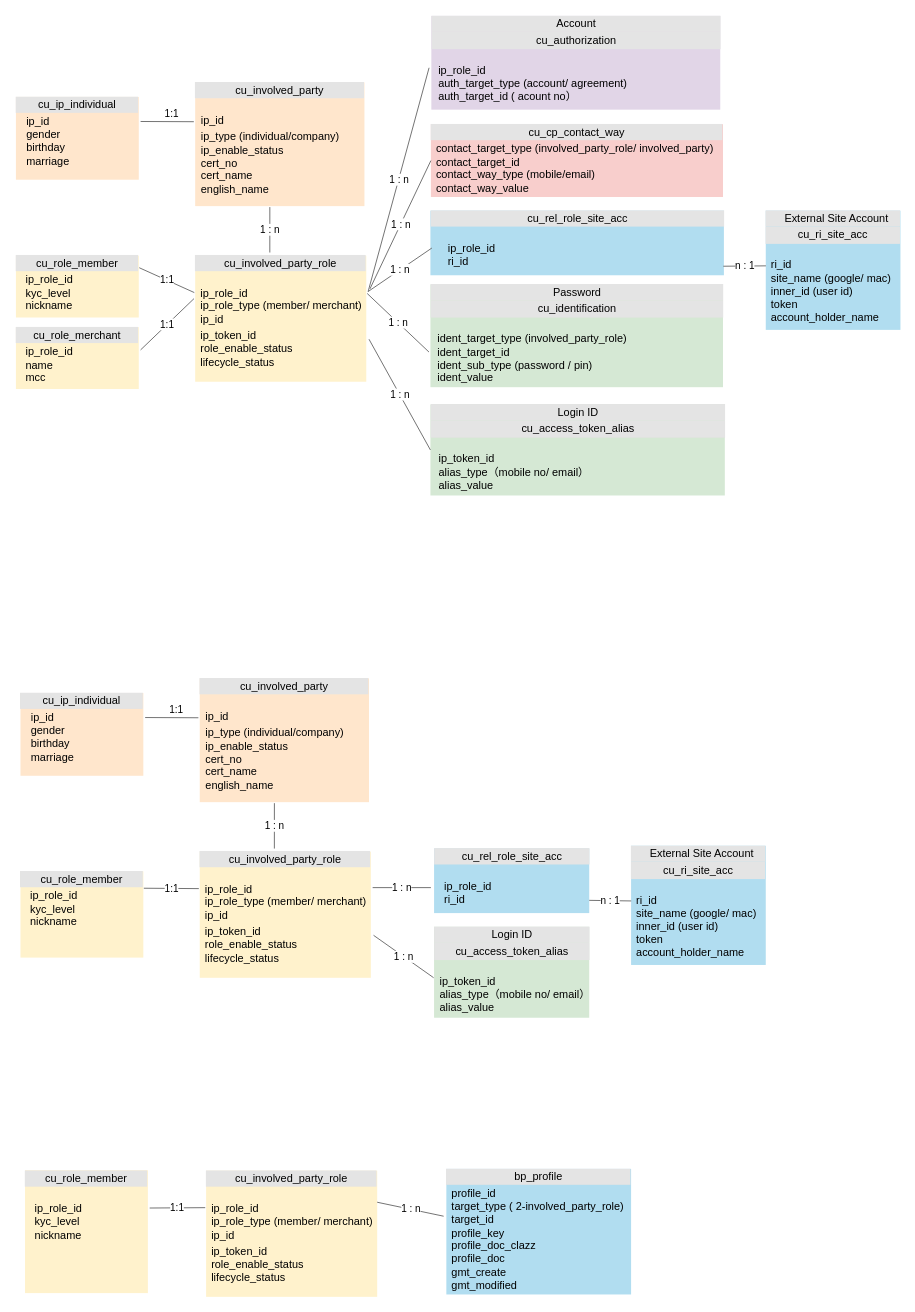
Before: page "账号Model 英文" (10 of 18) of 会员账户.drawio in renqiuming/drawio, a draw.io diagram. Source tidied: cells renumbered, new cells numbered last; positions are measured from the earlier drawing's top-left corner, leaving out a move shared by most shapes. Both pictures are drawn from the tidied source at 91%, with x=0, y=0 at pixel (15, 15).
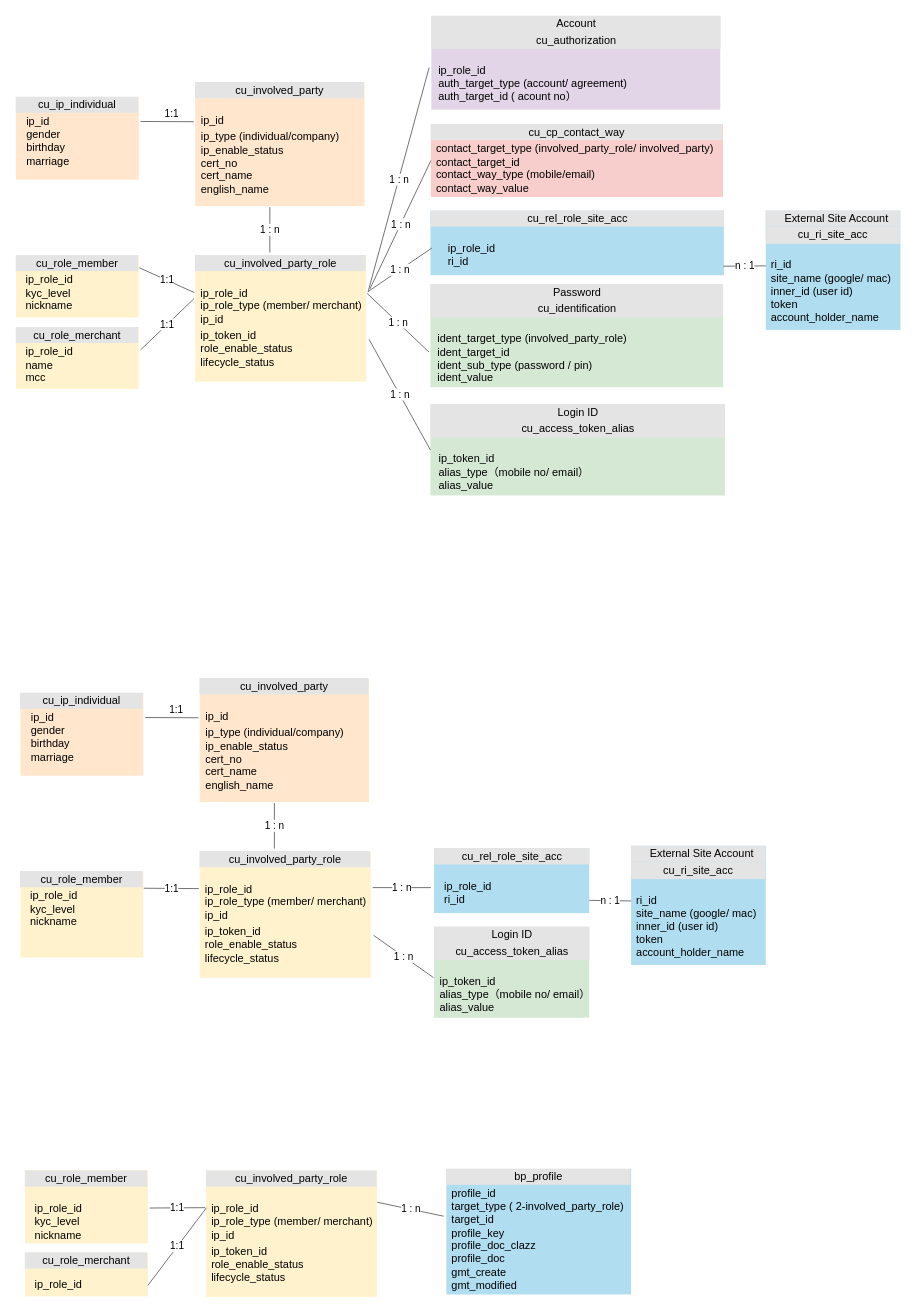
After the change.

Commit message:
更新会员账户.drawio

The change refers to these unchanged cells:
```xml
<mxCell id="36" value="&lt;div style=&quot;box-sizing: border-box ; width: 100% ; background: #e4e4e4 ; padding: 2px&quot;&gt;cu_involved_party_role&lt;br&gt;&lt;/div&gt;&lt;table style=&quot;width: 100% ; font-size: 1em&quot; cellpadding=&quot;2&quot; cellspacing=&quot;0&quot;&gt;&lt;tbody&gt;&lt;tr&gt;&lt;td&gt;&lt;/td&gt;&lt;td&gt;&lt;div style=&quot;text-align: left&quot;&gt;&lt;span style=&quot;font-size: 1em&quot;&gt;&lt;br&gt;&lt;/span&gt;&lt;/div&gt;&lt;div style=&quot;text-align: left&quot;&gt;&lt;span style=&quot;font-size: 1em&quot;&gt;ip_role_id&lt;/span&gt;&lt;/div&gt;&lt;div style=&quot;text-align: left&quot;&gt;ip_role_type (member/ merchant)&lt;span style=&quot;font-size: 1em&quot;&gt;&lt;br&gt;&lt;/span&gt;&lt;/div&gt;&lt;div style=&quot;text-align: left&quot;&gt;&lt;span style=&quot;font-size: 1em&quot;&gt;ip_id&lt;/span&gt;&lt;/div&gt;&lt;/td&gt;&lt;/tr&gt;&lt;tr&gt;&lt;td style=&quot;text-align: left&quot;&gt;&lt;br&gt;&lt;/td&gt;&lt;td style=&quot;text-align: left&quot;&gt;ip_token_id&lt;br&gt;&lt;span style=&quot;font-size: 12px;&quot;&gt;role_enable_status&lt;br&gt;lifecycle_status&lt;/span&gt;&lt;br&gt;&lt;/td&gt;&lt;/tr&gt;&lt;tr&gt;&lt;td&gt;&lt;/td&gt;&lt;td&gt;&lt;br&gt;&lt;/td&gt;&lt;/tr&gt;&lt;/tbody&gt;&lt;/table&gt;" style="verticalAlign=top;align=center;overflow=fill;html=1;fillColor=#fff2cc;strokeColor=none;" parent="1" vertex="1">
  <mxGeometry x="209" y="1269" width="188" height="138.6" as="geometry" />
</mxCell>
```

What changed in the source:
```diff
@@
     <mxCell id="37" value="&lt;div style=&quot;box-sizing: border-box ; width: 100% ; background: #e4e4e4 ; padding: 2px&quot;&gt;cu_role_member&lt;br&gt;&lt;/div&gt;&lt;table style=&quot;width: 100% ; font-size: 1em&quot; cellpadding=&quot;2&quot; cellspacing=&quot;0&quot;&gt;&lt;tbody&gt;&lt;tr&gt;&lt;td&gt;&lt;br&gt;&lt;br&gt;&lt;/td&gt;&lt;td style=&quot;text-align: left&quot;&gt;&lt;br&gt;ip_role_id&lt;br&gt;&lt;span style=&quot;font-size: 12px;&quot;&gt;kyc_level&lt;br&gt;nickname&lt;/span&gt;&lt;br&gt;&lt;/td&gt;&lt;/tr&gt;&lt;tr&gt;&lt;td style=&quot;text-align: left&quot;&gt;&lt;br&gt;&lt;/td&gt;&lt;td style=&quot;text-align: left&quot;&gt;&lt;br&gt;&lt;/td&gt;&lt;/tr&gt;&lt;tr&gt;&lt;td&gt;&lt;/td&gt;&lt;td&gt;&lt;br&gt;&lt;/td&gt;&lt;/tr&gt;&lt;/tbody&gt;&lt;/table&gt;" style="verticalAlign=top;align=center;overflow=fill;html=1;fillColor=#fff2cc;strokeColor=none;" parent="1" vertex="1">
-      <mxGeometry x="10" y="1268.5" width="135" height="135" as="geometry" />
+      <mxGeometry x="10" y="1268.5" width="135" height="80.5" as="geometry" />
     </mxCell>
@@
+    <mxCell id="41" value="&lt;div style=&quot;box-sizing: border-box ; width: 100% ; background: #e4e4e4 ; padding: 2px&quot;&gt;cu_role_merchant&lt;br&gt;&lt;/div&gt;&lt;table style=&quot;width: 100% ; font-size: 1em&quot; cellpadding=&quot;2&quot; cellspacing=&quot;0&quot;&gt;&lt;tbody&gt;&lt;tr&gt;&lt;td&gt;&lt;br&gt;&lt;br&gt;&lt;/td&gt;&lt;td style=&quot;text-align: left&quot;&gt;ip_role_id&lt;br&gt;&lt;/td&gt;&lt;/tr&gt;&lt;tr&gt;&lt;td style=&quot;text-align: left&quot;&gt;&lt;br&gt;&lt;/td&gt;&lt;td style=&quot;text-align: left&quot;&gt;&lt;br&gt;&lt;/td&gt;&lt;/tr&gt;&lt;tr&gt;&lt;td&gt;&lt;/td&gt;&lt;td&gt;&lt;br&gt;&lt;/td&gt;&lt;/tr&gt;&lt;/tbody&gt;&lt;/table&gt;" style="verticalAlign=top;align=center;overflow=fill;html=1;fillColor=#fff2cc;strokeColor=none;" parent="1" vertex="1">
+      <mxGeometry x="10" y="1359" width="135" height="48" as="geometry" />
+    </mxCell>
+    <mxCell id="42" value="1:1" style="endArrow=none;html=1;rounded=0;fillColor=#f5f5f5;strokeColor=#666666;gradientColor=#b3b3b3;exitX=0.002;exitY=0.294;exitDx=0;exitDy=0;exitPerimeter=0;entryX=1;entryY=0.75;entryDx=0;entryDy=0;" parent="1" edge="1" source="36" target="41">
+      <mxGeometry relative="1" as="geometry" />
+    </mxCell>
```
